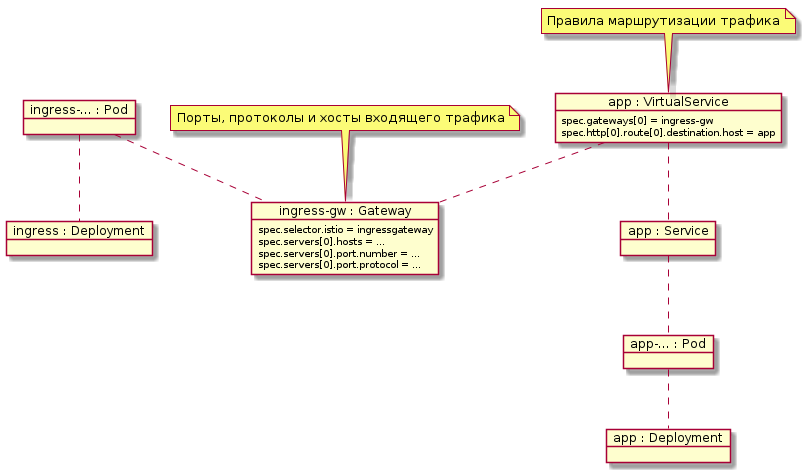
This is images/istio-ingress.png from gurv/notebook, a PlantUML export, as it was before one commit.
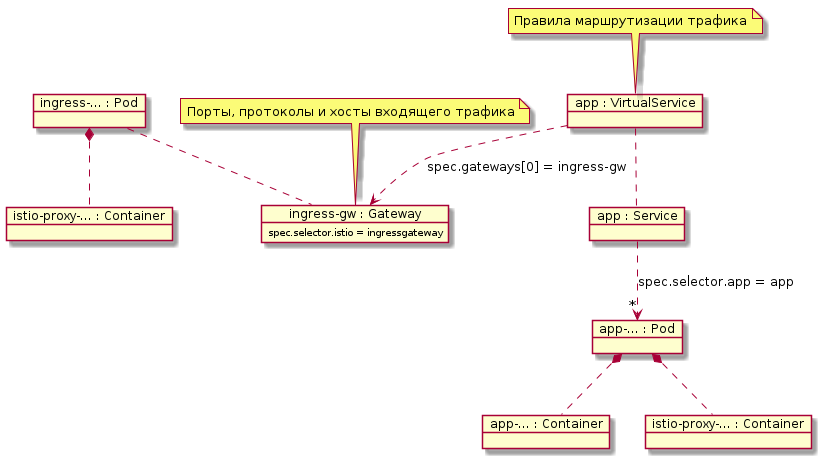
The same diagram one commit later.

Change to the diagram source:
```diff
@@ -1,23 +1,20 @@
 @startuml
-object "app : Deployment" as app_d
-object "app-... : Pod" as app_pod
-object "app : Service" as app_svc
-object "ingress : Deployment" as ingress_d
 object "ingress-... : Pod" as ingress_pod
+object "istio-proxy-... : Container" as ingress_istio_proxy_c
 object "ingress-gw : Gateway" as ingress_gw
 note top of ingress_gw : Порты, протоколы и хосты входящего трафика
 ingress_gw : spec.selector.istio = ingressgateway
-ingress_gw : spec.servers[0].hosts = ...
-ingress_gw : spec.servers[0].port.number = ...
-ingress_gw : spec.servers[0].port.protocol = ...
+ingress_pod *.. ingress_istio_proxy_c
+ingress_pod .. ingress_gw
+object "app-... : Pod" as app_pod
+object "app-... : Container" as app_c
+object "istio-proxy-... : Container" as app_istio_proxy_c
+app_pod *.. app_c
+app_pod *.. app_istio_proxy_c
+object "app : Service" as app_svc
 object "app : VirtualService" as app_vs
 note top of app_vs : Правила маршрутизации трафика
-app_vs : spec.gateways[0] = ingress-gw
-app_vs : spec.http[0].route[0].destination.host = app
-app_pod .. app_d
-app_svc .. app_pod
-ingress_pod .. ingress_d
-ingress_pod .. ingress_gw
+app_svc ..> "*" app_pod : spec.selector.app = app
 app_vs .. app_svc
-app_vs .. ingress_gw
+app_vs ..> ingress_gw : spec.gateways[0] = ingress-gw
 @enduml
```
